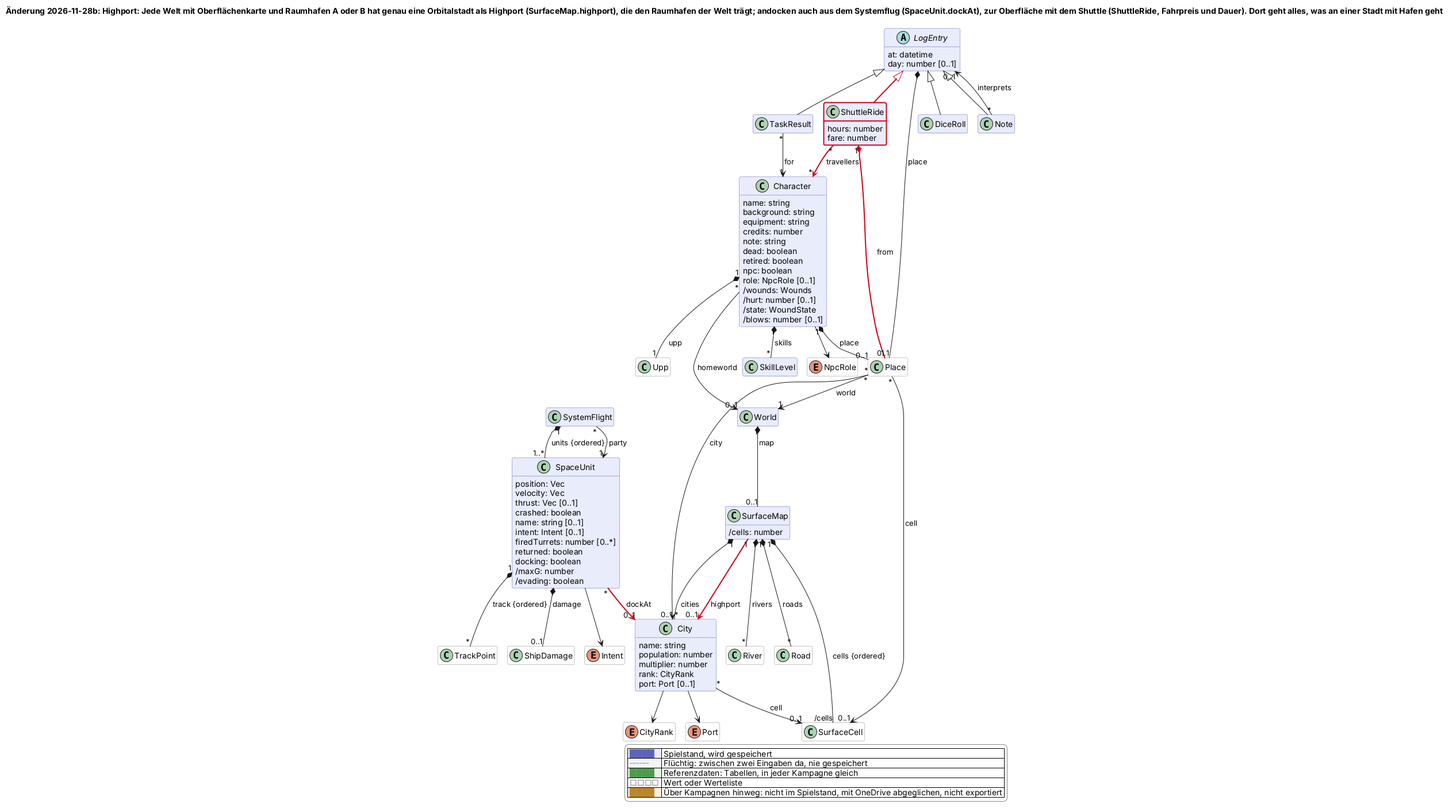
Earlier version of the PlantUML export docs/changes/2026-11-28b-highport.png (scuzzar/SRE).
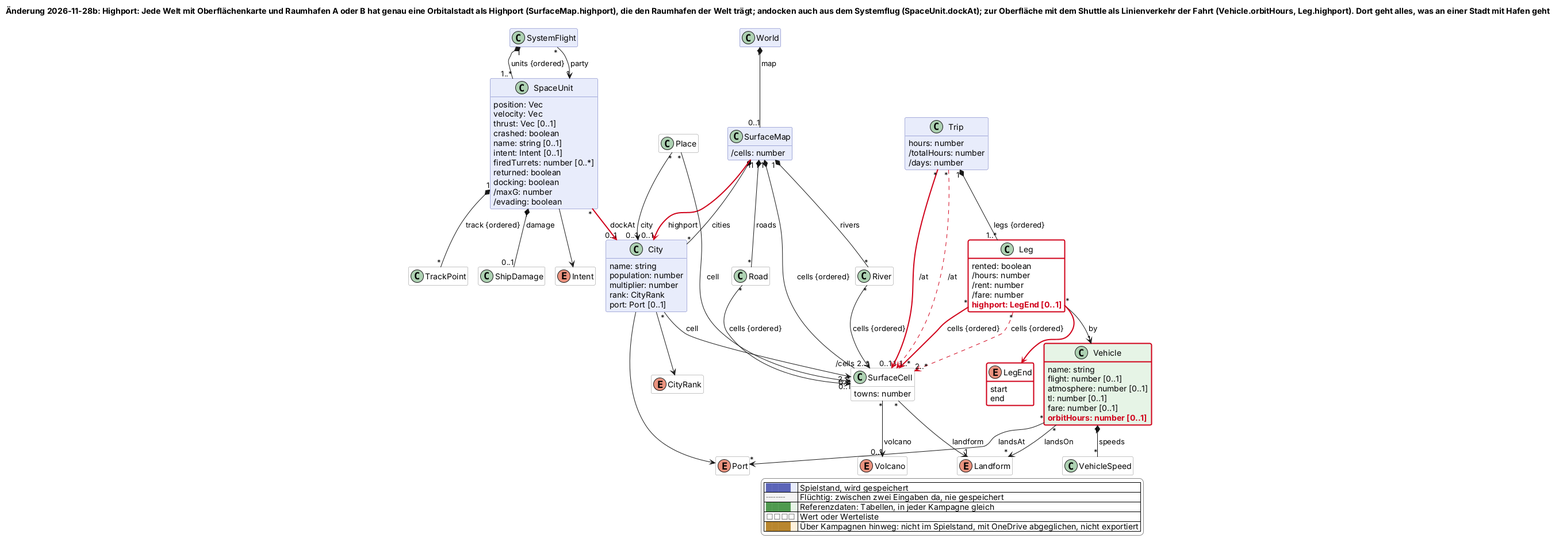
After the commit.

What changed in the source:
```diff
@@ -36,7 +36,7 @@
 !return ""
 !endfunction
 !pragma layout smetana
-title Änderung 2026-11-28b: Highport: Jede Welt mit Oberflächenkarte und Raumhafen A oder B hat genau eine Orbitalstadt als Highport (SurfaceMap.highport), die den Raumhafen der Welt trägt; andocken auch aus dem Systemflug (SpaceUnit.dockAt), zur Oberfläche mit dem Shuttle (ShuttleRide, Fahrpreis und Dauer). Dort geht alles, was an einer Stadt mit Hafen geht
+title Änderung 2026-11-28b: Highport: Jede Welt mit Oberflächenkarte und Raumhafen A oder B hat genau eine Orbitalstadt als Highport (SurfaceMap.highport), die den Raumhafen der Welt trägt; andocken auch aus dem Systemflug (SpaceUnit.dockAt); zur Oberfläche mit dem Shuttle als Linienverkehr der Fahrt (Vehicle.orbitHours, Leg.highport). Dort geht alles, was an einer Stadt mit Hafen geht
 hide empty members
 hide methods
 skinparam classAttributeIconSize 0
@@ -70,24 +70,6 @@
 hide <<value>> stereotype
 hide <<browser>> stereotype
 
-  class Character $charakter {
-    name: string
-    background: string
-    equipment: string
-    credits: number
-    note: string
-    dead: boolean
-    retired: boolean
-    npc: boolean
-    role: NpcRole [0..1]
-    /wounds: Wounds
-    /hurt: number [0..1]
-    /state: WoundState
-    /blows: number [0..1]
-  }
-  enum NpcRole <<value>> $charakter
-  class Upp <<value>> $charakter
-  class SkillLevel $charakter
 
 
 
@@ -113,26 +95,19 @@
   class World $sektor
 
 
-  abstract class LogEntry $probe {
-    at: datetime
-    day: number [0..1]
-  }
-  class DiceRoll $probe
-  class Note $probe
 
-  class ShuttleRide $reise $newClass("2026-11-28b") {
-    hours: number
-    fare: number
-  }
 
-  class TaskResult $probe
 
   class SurfaceMap $oberflaeche {
     /cells: number
   }
-  class SurfaceCell <<value>> $oberflaeche
+  class SurfaceCell <<value>> $oberflaeche {
+    towns: number
+  }
+  enum Landform <<value>> $oberflaeche
   class River <<value>> $oberflaeche
   class Road <<value>> $oberflaeche
+  enum Volcano <<value>> $oberflaeche
   class City $oberflaeche {
     name: string
     population: number
@@ -142,7 +117,31 @@
   }
   enum CityRank <<value>> $oberflaeche
   enum Port <<value>> $oberflaeche
-  class Place <<value>> $oberflaeche {
+  class Place <<value>> $oberflaeche
+  class Vehicle <<reference>> $logistik {
+    name: string
+    flight: number [0..1]
+    atmosphere: number [0..1]
+    tl: number [0..1]
+    fare: number [0..1]
+    $new("2026-11-28b", "orbitHours: number [0..1]")
+  }
+  class VehicleSpeed <<value>> $logistik
+  class Trip $logistik {
+    hours: number
+    /totalHours: number
+    /days: number
+  }
+  class Leg <<value>> $logistik {
+    rented: boolean
+    /hours: number
+    /rent: number
+    /fare: number
+    $new("2026-11-28b", "highport: LegEnd [0..1]")
+  }
+  enum LegEnd <<value>> $logistik $newClass("2026-11-28b") {
+    start
+    end
   }
 
 
@@ -155,38 +154,37 @@
 SystemFlight "*" --> "1" SpaceUnit : party
 SpaceUnit "1" *-- "*" TrackPoint : track {ordered}
 
-LogEntry <|-$newArrow("2026-11-28b")- ShuttleRide
-ShuttleRide "1" *-$newArrow("2026-11-28b")- "1" Place : from
-ShuttleRide "*" -$newArrow("2026-11-28b")-> "*" Character : travellers
 
-Character "*" --> "0..1" World : homeworld
-Character "1" *-- "0..1" Place : place
-Character --> NpcRole
 
 
 World "1" *-- "0..1" SurfaceMap : map
 SurfaceMap "1" *-- "/cells" SurfaceCell : cells {ordered}
+SurfaceCell "*" --> "1" Landform : landform
+SurfaceCell "*" --> "0..1" Volcano : volcano
 SurfaceMap "1" *-- "*" River : rivers
 SurfaceMap "1" *-- "*" Road : roads
 SurfaceMap "1" *-- "*" City : cities
 SurfaceMap "1" -$newArrow("2026-11-28b")-> "0..1" City : highport
+River "*" --> "2..*" SurfaceCell : cells {ordered}
+Road "*" --> "2..*" SurfaceCell : cells {ordered}
 City "*" --> "0..1" SurfaceCell : cell
-LogEntry "1" *-- "0..1" Place : place
-Place "*" --> "1" World : world
 Place "*" --> "0..1" SurfaceCell : cell
 Place "*" --> "0..1" City : city
 City --> CityRank
 City --> Port
-
-Character "1" *-- "1" Upp : upp
-Character "1" *-- "*" SkillLevel : skills
+Vehicle "1" *-- "*" VehicleSpeed : speeds
+Vehicle "*" --> "*" Landform : landsOn
+Vehicle "*" --> "*" Port : landsAt
+Trip "1" *-- "1..*" Leg : legs {ordered}
+Leg "*" --> "1" Vehicle : by
+Leg "*" -$goneArrow("2026-11-28b")-> "2..*" SurfaceCell : cells {ordered}
+Leg "*" -$newArrow("2026-11-28b")-> "1..*" SurfaceCell : cells {ordered}
+Leg -$newArrow("2026-11-28b")-> LegEnd
+Trip "*" -$goneArrow("2026-11-28b")-> "1" SurfaceCell : /at
+Trip "*" -$newArrow("2026-11-28b")-> "0..1" SurfaceCell : /at
 
 
-LogEntry <|-- DiceRoll
-LogEntry <|-- TaskResult
-LogEntry <|-- Note
-Note "*" --> "0..1" LogEntry : interprets
-TaskResult "*" --> "1" Character : for
+
 
 
 
@@ -200,4 +198,6 @@
   |<#ffffff> <color:#8a8a8a>□□□□</color> | Wert oder Werteliste |
   |<#fdf1dc> <color:#b8862e>████</color> | Über Kampagnen hinweg: nicht im Spielstand, mit OneDrive abgeglichen, nicht exportiert |
 endlegend
+class Vehicle #line:d0021b;line.bold
+class Leg #line:d0021b;line.bold
 @enduml
```
